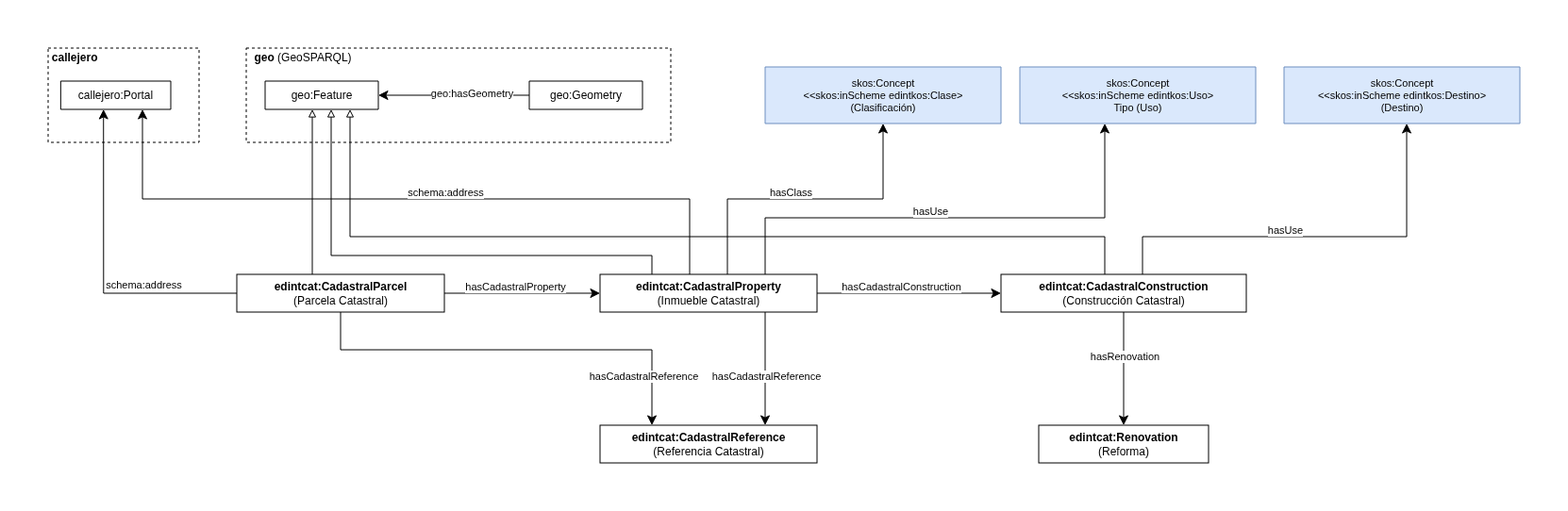
Above: diagrams/diagram.png in EDINT-Ontologia/edint-ontologia-catastro (draw.io), before the change. Source tidied: cells renumbered, new cells last; positions are measured from the earlier drawing's top-left corner, leaving out a move shared by most shapes.
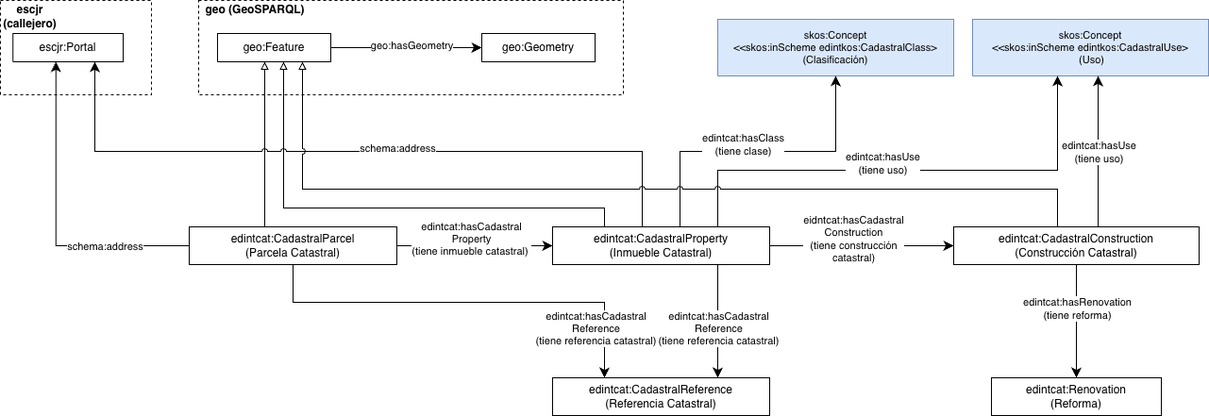
Later version of the same file.

What changed in the source:
```diff
@@ -7,22 +7,22 @@
         <mxPoint x="170" y="210" as="targetPoint" />
       </mxGeometry>
     </mxCell>
-    <mxCell id="3" value="&lt;div&gt;skos:Concept&lt;/div&gt;&lt;div&gt;&amp;lt;&amp;lt;skos:inScheme edintkos:Uso&amp;gt;&lt;/div&gt;&lt;div&gt;Tipo (Uso)&lt;/div&gt;" style="verticalAlign=middle;align=center;shape=(stored shape, 160 characters);labelBackgroundColor=none;rounded=0;html=1;whiteSpace=wrap;fillColor=#dae8fc;strokeColor=#6c8ebf;fontSize=11;" parent="1" vertex="1">
+    <mxCell id="3" value="&lt;div&gt;skos:Concept&lt;/div&gt;&lt;div&gt;&amp;lt;&amp;lt;skos:inScheme edintkos:CadastralUse&amp;gt;&lt;/div&gt;&lt;div&gt;&amp;nbsp;(Uso)&lt;/div&gt;" style="verticalAlign=middle;align=center;shape=(stored shape, 160 characters);labelBackgroundColor=none;rounded=0;html=1;whiteSpace=wrap;fillColor=#dae8fc;strokeColor=#6c8ebf;fontSize=11;" parent="1" vertex="1">
       <mxGeometry x="1030" y="20" width="250" height="60" as="geometry" />
     </mxCell>
-    <mxCell id="4" value="&lt;div&gt;skos:Concept&lt;/div&gt;&lt;div&gt;&amp;lt;&amp;lt;skos:inScheme edintkos:Clase&amp;gt;&lt;/div&gt;&lt;div&gt;(Clasificación)&lt;/div&gt;" style="verticalAlign=middle;align=center;shape=(stored shape, 160 characters);labelBackgroundColor=none;rounded=0;html=1;whiteSpace=wrap;fillColor=#dae8fc;strokeColor=#6c8ebf;fontSize=11;" parent="1" vertex="1">
+    <mxCell id="4" value="&lt;div&gt;skos:Concept&lt;/div&gt;&lt;div&gt;&amp;lt;&amp;lt;skos:inScheme edintkos:CadastralClass&amp;gt;&lt;/div&gt;&lt;div&gt;(Clasificación)&lt;/div&gt;" style="verticalAlign=middle;align=center;shape=(stored shape, 160 characters);labelBackgroundColor=none;rounded=0;html=1;whiteSpace=wrap;fillColor=#dae8fc;strokeColor=#6c8ebf;fontSize=11;" parent="1" vertex="1">
       <mxGeometry x="760" y="20" width="250" height="60" as="geometry" />
     </mxCell>
-    <mxCell id="5" value="&lt;b&gt;edintcat:CadastralParcel&lt;/b&gt;&lt;div&gt;(Parcela Catastral)&lt;/div&gt;" style="rounded=0;whiteSpace=wrap;html=1;strokeColor=#000000;fontSize=12;" parent="1" vertex="1">
+    <mxCell id="5" value="&lt;span&gt;edintcat:CadastralParcel&lt;/span&gt;&lt;div&gt;(Parcela Catastral)&lt;/div&gt;" style="rounded=0;whiteSpace=wrap;html=1;strokeColor=#000000;fontSize=12;fontStyle=0;" parent="1" vertex="1">
       <mxGeometry x="200" y="240" width="220" height="40" as="geometry" />
     </mxCell>
-    <mxCell id="6" value="&lt;b&gt;edintcat:CadastralConstruction&lt;/b&gt;&lt;div&gt;(Construcción Catastral)&lt;/div&gt;" style="rounded=0;whiteSpace=wrap;html=1;strokeColor=#000000;fontSize=12;" parent="1" vertex="1">
+    <mxCell id="6" value="&lt;span&gt;edintcat:CadastralConstruction&lt;/span&gt;&lt;div&gt;(Construcción Catastral)&lt;/div&gt;" style="rounded=0;whiteSpace=wrap;html=1;strokeColor=#000000;fontSize=12;fontStyle=0;" parent="1" vertex="1">
       <mxGeometry x="1010" y="240" width="260" height="40" as="geometry" />
     </mxCell>
-    <mxCell id="7" value="&lt;b&gt;edintcat:CadastralReference&lt;/b&gt;&lt;div&gt;(Referencia Catastral)&lt;/div&gt;" style="rounded=0;whiteSpace=wrap;html=1;strokeColor=#000000;fontSize=12;" parent="1" vertex="1">
+    <mxCell id="7" value="&lt;span&gt;edintcat:CadastralReference&lt;/span&gt;&lt;div&gt;(Referencia Catastral)&lt;/div&gt;" style="rounded=0;whiteSpace=wrap;html=1;strokeColor=#000000;fontSize=12;fontStyle=0;" parent="1" vertex="1">
       <mxGeometry x="585" y="400" width="230" height="40" as="geometry" />
     </mxCell>
-    <mxCell id="8" value="&lt;b&gt;edintcat:Renovation&lt;/b&gt;&lt;div&gt;(Reforma)&lt;/div&gt;" style="rounded=0;whiteSpace=wrap;html=1;strokeColor=#000000;fontSize=12;" parent="1" vertex="1">
+    <mxCell id="8" value="&lt;span&gt;edintcat:Renovation&lt;/span&gt;&lt;div&gt;(Reforma)&lt;/div&gt;" style="rounded=0;whiteSpace=wrap;html=1;strokeColor=#000000;fontSize=12;fontStyle=0;" parent="1" vertex="1">
       <mxGeometry x="1050" y="400" width="180" height="40" as="geometry" />
     </mxCell>
     <mxCell id="9" style="endArrow=block;html=1;rounded=0;endFill=0;fontSize=12;edgeStyle=orthogonalEdgeStyle;" parent="1" edge="1" source="5" target="34">
@@ -41,26 +41,18 @@
         </Array>
       </mxGeometry>
     </mxCell>
-    <mxCell id="11" style="endArrow=block;html=1;rounded=0;endFill=0;fontSize=12;edgeStyle=orthogonalEdgeStyle;" parent="1" edge="1" source="6" target="34">
-      <mxGeometry relative="1" as="geometry">
-        <Array as="points">
-          <mxPoint x="1120" y="200" />
-          <mxPoint x="320" y="200" />
-        </Array>
-      </mxGeometry>
-    </mxCell>
     <mxCell id="12" style="endArrow=classic;html=1;rounded=0;endSize=8;arcSize=0;edgeStyle=orthogonalEdgeStyle;" parent="1" edge="1" source="5" target="30">
       <mxGeometry relative="1" as="geometry" />
     </mxCell>
-    <mxCell id="13" value="hasCadastralProperty" style="text;html=1;align=center;verticalAlign=middle;fontSize=11;labelBackgroundColor=#ffffff;" parent="12" vertex="1">
+    <mxCell id="13" value="edintcat:hasCadastral&lt;div&gt;Property&lt;div&gt;(tiene inmueble catastral)&amp;nbsp;&lt;/div&gt;&lt;/div&gt;" style="text;html=1;align=center;verticalAlign=middle;fontSize=11;labelBackgroundColor=#ffffff;" parent="12" vertex="1">
       <mxGeometry x="-0.1" relative="1" as="geometry">
-        <mxPoint y="-8" as="offset" />
+        <mxPoint x="4" y="-8" as="offset" />
       </mxGeometry>
     </mxCell>
     <mxCell id="14" style="endArrow=classic;html=1;rounded=0;endSize=8;arcSize=0;edgeStyle=orthogonalEdgeStyle;" parent="1" edge="1" source="30" target="6">
       <mxGeometry relative="1" as="geometry" />
     </mxCell>
-    <mxCell id="15" value="hasCadastralConstruction" style="text;html=1;align=center;verticalAlign=middle;fontSize=11;labelBackgroundColor=#ffffff;" parent="14" vertex="1">
+    <mxCell id="15" value="eidntcat:hasCadastral&lt;div&gt;Construction&lt;/div&gt;&lt;div&gt;(tiene construcción&lt;/div&gt;&lt;div&gt;catastral)&lt;/div&gt;" style="text;html=1;align=center;verticalAlign=middle;fontSize=11;labelBackgroundColor=#ffffff;" parent="14" vertex="1">
       <mxGeometry x="-0.1" relative="1" as="geometry">
         <mxPoint y="-8" as="offset" />
       </mxGeometry>
@@ -73,7 +65,7 @@
         </Array>
       </mxGeometry>
     </mxCell>
-    <mxCell id="17" value="hasCadastralReference" style="text;html=1;align=center;verticalAlign=middle;fontSize=11;labelBackgroundColor=#ffffff;" parent="16" vertex="1">
+    <mxCell id="17" value="edintcat:hasCadastral&lt;div&gt;Reference&lt;/div&gt;&lt;div&gt;(tiene referencia catastral)&lt;/div&gt;" style="text;html=1;align=center;verticalAlign=middle;fontSize=11;labelBackgroundColor=#ffffff;" parent="16" vertex="1">
       <mxGeometry x="-0.2" relative="1" as="geometry">
         <mxPoint x="180" y="27" as="offset" />
       </mxGeometry>
@@ -86,7 +78,7 @@
         </Array>
       </mxGeometry>
     </mxCell>
-    <mxCell id="19" value="hasCadastralReference" style="text;html=1;align=center;verticalAlign=middle;fontSize=11;labelBackgroundColor=#ffffff;" parent="18" vertex="1">
+    <mxCell id="19" value="edintcat:hasCadastral&lt;div&gt;Reference&lt;/div&gt;&lt;div&gt;(tiene referencia catastral)&lt;/div&gt;" style="text;html=1;align=center;verticalAlign=middle;fontSize=11;labelBackgroundColor=#ffffff;" parent="18" vertex="1">
       <mxGeometry x="-0.2" relative="1" as="geometry">
         <mxPoint y="19" as="offset" />
       </mxGeometry>
@@ -99,12 +91,12 @@
         </Array>
       </mxGeometry>
     </mxCell>
-    <mxCell id="21" value="hasRenovation" style="text;html=1;align=center;verticalAlign=middle;fontSize=11;labelBackgroundColor=#ffffff;" parent="20" vertex="1">
+    <mxCell id="21" value="edintcat:hasRenovation&lt;div&gt;(tiene reforma)&lt;/div&gt;" style="text;html=1;align=center;verticalAlign=middle;fontSize=11;labelBackgroundColor=#ffffff;" parent="20" vertex="1">
       <mxGeometry x="-0.1" relative="1" as="geometry">
         <mxPoint y="-8" as="offset" />
       </mxGeometry>
     </mxCell>
-    <mxCell id="22" style="endArrow=classic;html=1;rounded=0;endSize=8;arcSize=0;edgeStyle=orthogonalEdgeStyle;" parent="1" edge="1" source="30" target="44">
+    <mxCell id="22" style="endArrow=classic;html=1;rounded=0;endSize=8;arcSize=0;edgeStyle=orthogonalEdgeStyle;jumpStyle=arc;" parent="1" edge="1" source="30" target="44">
       <mxGeometry relative="1" as="geometry">
         <Array as="points">
           <mxPoint x="680" y="160" />
@@ -114,20 +106,21 @@
     </mxCell>
     <mxCell id="23" value="schema:address" style="text;html=1;align=center;verticalAlign=middle;fontSize=11;labelBackgroundColor=#ffffff;" parent="22" vertex="1">
       <mxGeometry x="-0.1" relative="1" as="geometry">
-        <mxPoint y="-8" as="offset" />
+        <mxPoint y="-4" as="offset" />
       </mxGeometry>
     </mxCell>
-    <mxCell id="24" style="endArrow=classic;html=1;rounded=0;endSize=8;arcSize=0;edgeStyle=orthogonalEdgeStyle;" parent="1" edge="1" source="6" target="38">
+    <mxCell id="24" style="endArrow=classic;html=1;rounded=0;endSize=8;arcSize=0;edgeStyle=orthogonalEdgeStyle;" parent="1" edge="1">
       <mxGeometry relative="1" as="geometry">
+        <mxPoint x="1163" y="240" as="sourcePoint" />
+        <mxPoint x="1163" y="80" as="targetPoint" />
         <Array as="points">
-          <mxPoint x="1160" y="200" />
-          <mxPoint x="1440" y="200" />
+          <mxPoint x="1163" y="82" />
         </Array>
       </mxGeometry>
     </mxCell>
-    <mxCell id="25" value="hasUse" style="text;html=1;align=center;verticalAlign=middle;fontSize=11;labelBackgroundColor=#ffffff;" parent="24" vertex="1">
+    <mxCell id="25" value="edintcat:hasUse&lt;div&gt;(tiene uso)&lt;/div&gt;" style="text;html=1;align=center;verticalAlign=middle;fontSize=11;labelBackgroundColor=#ffffff;" parent="24" vertex="1">
       <mxGeometry x="-0.1" relative="1" as="geometry">
-        <mxPoint x="-8" y="-8" as="offset" />
+        <mxPoint y="-8" as="offset" />
       </mxGeometry>
     </mxCell>
     <mxCell id="26" style="endArrow=classic;html=1;rounded=0;endSize=8;arcSize=0;edgeStyle=orthogonalEdgeStyle;" parent="1" edge="1" source="30" target="3">
@@ -138,7 +131,7 @@
         </Array>
       </mxGeometry>
     </mxCell>
-    <mxCell id="27" value="hasUse" style="text;html=1;align=center;verticalAlign=middle;fontSize=11;labelBackgroundColor=#ffffff;" parent="26" vertex="1">
+    <mxCell id="27" value="edintcat:hasUse&lt;div&gt;(tiene uso)&lt;/div&gt;" style="text;html=1;align=center;verticalAlign=middle;fontSize=11;labelBackgroundColor=#ffffff;" parent="26" vertex="1">
       <mxGeometry x="-0.1" relative="1" as="geometry">
         <mxPoint y="-8" as="offset" />
       </mxGeometry>
@@ -151,21 +144,18 @@
         </Array>
       </mxGeometry>
     </mxCell>
-    <mxCell id="29" value="hasClass" style="text;html=1;align=center;verticalAlign=middle;fontSize=11;labelBackgroundColor=#ffffff;" parent="28" vertex="1">
+    <mxCell id="29" value="edintcat:hasClass&lt;div&gt;(tiene clase)&lt;/div&gt;" style="text;html=1;align=center;verticalAlign=middle;fontSize=11;labelBackgroundColor=#ffffff;" parent="28" vertex="1">
       <mxGeometry x="-0.1" relative="1" as="geometry">
         <mxPoint y="-8" as="offset" />
       </mxGeometry>
     </mxCell>
-    <mxCell id="30" value="&lt;b&gt;edintcat:CadastralProperty&lt;/b&gt;&lt;div&gt;(Inmueble Catastral)&lt;/div&gt;" style="rounded=0;whiteSpace=wrap;html=1;strokeColor=#000000;fontSize=12;" parent="1" vertex="1">
-      <mxGeometry x="585" y="240" width="230" height="40" as="geometry" />
-    </mxCell>
     <mxCell id="31" style="group;" parent="1" vertex="1">
       <mxGeometry x="210" width="450" height="100" as="geometry" />
     </mxCell>
     <mxCell id="32" style="rounded=0;whiteSpace=wrap;html=1;fillColor=none;dashed=1;fontSize=11;strokeColor=#000000;" parent="31" vertex="1">
       <mxGeometry width="450" height="100" as="geometry" />
     </mxCell>
-    <mxCell id="33" value="&lt;b&gt;geo&lt;/b&gt; (GeoSPARQL)" style="text;html=1;whiteSpace=wrap;strokeColor=none;fillColor=none;align=center;verticalAlign=middle;rounded=0;fontStyle=0;fontSize=12;" parent="31" vertex="1">
+    <mxCell id="33" value="&lt;b&gt;geo (GeoSPARQL)&lt;/b&gt;" style="text;html=1;whiteSpace=wrap;strokeColor=none;fillColor=none;align=center;verticalAlign=middle;rounded=0;fontStyle=0;fontSize=12;" parent="31" vertex="1">
       <mxGeometry width="120" height="20" as="geometry" />
     </mxCell>
     <mxCell id="34" value="&lt;font style=&quot;font-size: 12px;&quot;&gt;geo:Feature&lt;/font&gt;" style="verticalAlign=middle;align=center;shape=(stored shape, 160 characters);labelBackgroundColor=none;rounded=0;html=1;whiteSpace=wrap;fontSize=12;" parent="31" vertex="1">
@@ -174,23 +164,23 @@
     <mxCell id="35" value="&lt;font style=&quot;font-size: 12px;&quot;&gt;geo:Geometry&lt;/font&gt;" style="verticalAlign=middle;align=center;shape=(stored shape, 160 characters);labelBackgroundColor=none;rounded=0;html=1;whiteSpace=wrap;fontSize=12;" parent="31" vertex="1">
       <mxGeometry x="300" y="35" width="120" height="30" as="geometry" />
     </mxCell>
-    <mxCell id="36" style="edgeStyle=orthogonalEdgeStyle;endArrow=none;html=1;rounded=0;endSize=8;startSize=8;endFill=0;startArrow=classic;startFill=1;fontSize=12;" parent="31" edge="1" source="34" target="35">
+    <mxCell id="36" style="edgeStyle=orthogonalEdgeStyle;endArrow=classic;html=1;rounded=0;endSize=8;startSize=8;endFill=1;startArrow=none;startFill=0;fontSize=12;" parent="31" edge="1" source="34" target="35">
       <mxGeometry relative="1" as="geometry" />
     </mxCell>
     <mxCell id="37" value="geo:hasGeometry" style="edgeLabel;html=1;align=center;verticalAlign=middle;fontSize=11;" parent="36" vertex="1">
       <mxGeometry x="0.1" y="1" relative="1" as="geometry">
-        <mxPoint x="10" y="-2" as="offset" />
+        <mxPoint x="-3" y="-2" as="offset" />
       </mxGeometry>
     </mxCell>
-    <mxCell id="38" value="&lt;div&gt;skos:Concept&lt;/div&gt;&lt;div&gt;&amp;lt;&amp;lt;skos:inScheme edintkos:Destino&amp;gt;&lt;/div&gt;&lt;div&gt;(Destino)&lt;/div&gt;" style="verticalAlign=middle;align=center;shape=(stored shape, 160 characters);labelBackgroundColor=none;rounded=0;html=1;whiteSpace=wrap;fillColor=#dae8fc;strokeColor=#6c8ebf;fontSize=11;" parent="1" vertex="1">
-      <mxGeometry x="1310" y="20" width="250" height="60" as="geometry" />
-    </mxCell>
+    <mxCell id="30" value="&lt;span&gt;edintcat:CadastralProperty&lt;/span&gt;&lt;div&gt;(Inmueble Catastral)&lt;/div&gt;" style="rounded=0;whiteSpace=wrap;html=1;strokeColor=#000000;fontSize=12;fontStyle=0;" parent="1" vertex="1">
+      <mxGeometry x="585" y="240" width="230" height="40" as="geometry" />
+    </mxCell>
     <mxCell id="39" style="edgeStyle=orthogonalEdgeStyle;rounded=0;jettySize=auto;html=1;entryX=0.389;entryY=1;entryDx=0;entryDy=0;entryPerimeter=0;endSize=8;" parent="1" edge="1" source="5" target="44">
       <mxGeometry relative="1" as="geometry" />
     </mxCell>
     <mxCell id="40" value="schema:address" style="edgeLabel;html=1;align=center;verticalAlign=middle;" parent="39" vertex="1">
       <mxGeometry x="-0.27" y="-2" relative="1" as="geometry">
-        <mxPoint x="22" y="-8" as="offset" />
+        <mxPoint x="32" y="2" as="offset" />
       </mxGeometry>
     </mxCell>
     <mxCell id="41" style="group;" parent="1" vertex="1">
@@ -199,11 +189,19 @@
     <mxCell id="42" style="rounded=0;whiteSpace=wrap;html=1;fillColor=none;dashed=1;fontSize=11;strokeColor=#000000;" parent="41" vertex="1">
       <mxGeometry width="160" height="100" as="geometry" />
     </mxCell>
-    <mxCell id="43" value="&amp;nbsp;&lt;b&gt;callejero&lt;/b&gt;" style="text;html=1;whiteSpace=wrap;strokeColor=none;fillColor=none;align=center;verticalAlign=middle;rounded=0;fontStyle=0;fontSize=12;" parent="41" vertex="1">
-      <mxGeometry width="53.3" height="20" as="geometry" />
+    <mxCell id="43" value="escjr (callejero)" style="text;html=1;whiteSpace=wrap;strokeColor=none;fillColor=none;align=center;verticalAlign=middle;rounded=0;fontStyle=1;fontSize=12;" parent="41" vertex="1">
+      <mxGeometry x="5" y="7" width="53.3" height="20" as="geometry" />
     </mxCell>
-    <mxCell id="44" value="&lt;font style=&quot;font-size: 12px;&quot;&gt;callejero:Portal&lt;/font&gt;" style="verticalAlign=middle;align=center;shape=(stored shape, 160 characters);labelBackgroundColor=none;rounded=0;html=1;whiteSpace=wrap;fontSize=12;" parent="41" vertex="1">
+    <mxCell id="44" value="&lt;font style=&quot;font-size: 12px;&quot;&gt;escjr:Portal&lt;/font&gt;" style="verticalAlign=middle;align=center;shape=(stored shape, 160 characters);labelBackgroundColor=none;rounded=0;html=1;whiteSpace=wrap;fontSize=12;" parent="41" vertex="1">
       <mxGeometry x="13.3" y="35" width="116.7" height="30" as="geometry" />
     </mxCell>
+    <mxCell id="11" style="endArrow=block;html=1;rounded=0;endFill=0;fontSize=12;edgeStyle=orthogonalEdgeStyle;jumpStyle=arc;" parent="1" edge="1" source="6" target="34">
+      <mxGeometry relative="1" as="geometry">
+        <Array as="points">
+          <mxPoint x="1120" y="200" />
+          <mxPoint x="320" y="200" />
+        </Array>
+      </mxGeometry>
+    </mxCell>
   </root>
 </mxGraphModel>
```
